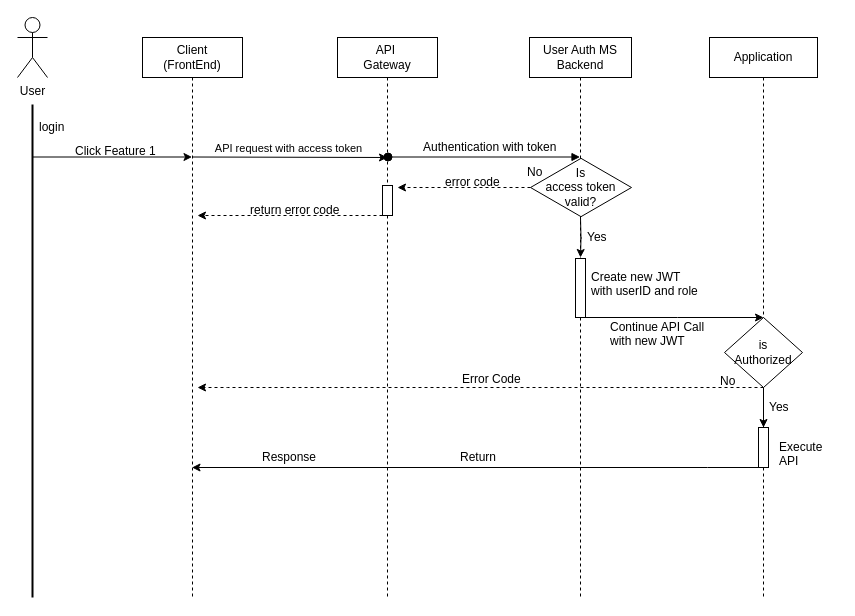
Earlier version of the draw.io diagram page "Auth" (1 of 2) of docs/Projects/gempick/user-auth/images/token.drawio (sungkimm/sungkimm.github.io). Source tidied: cells renumbered, new cells numbered last; positions are measured from the earlier drawing's top-left corner, leaving out a move shared by most shapes. Both pictures are drawn from the tidied source at 100%, with x=0, y=0 at pixel (17, 17).
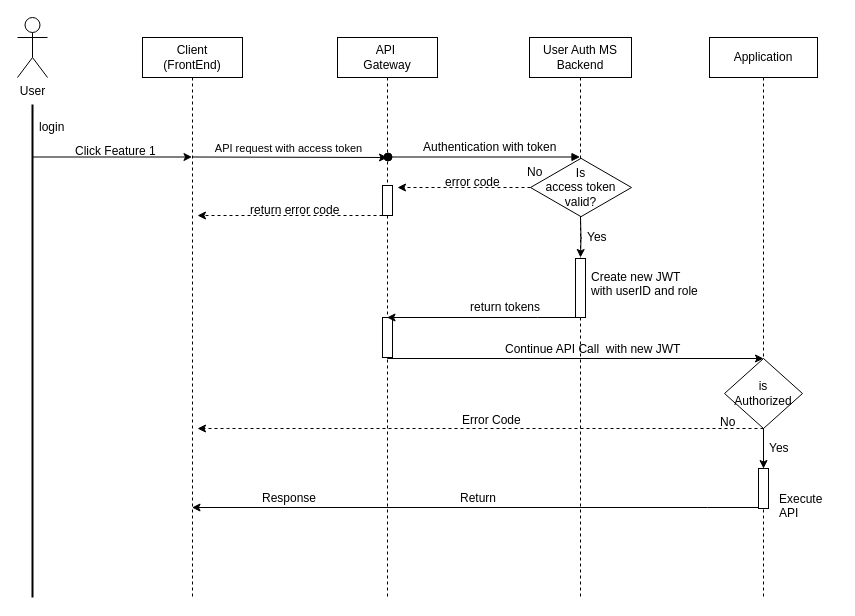
The same diagram, later.

The change refers to these unchanged cells:
```xml
<mxCell id="3" value="Client&lt;br&gt;(FrontEnd)" style="shape=umlLifeline;perimeter=lifelinePerimeter;whiteSpace=wrap;html=1;outlineConnect=0;" parent="1" vertex="1">
  <mxGeometry x="125" y="20" width="100" height="560" as="geometry" />
</mxCell>
<mxCell id="5" style="html=1;points=[];perimeter=orthogonalPerimeter;" parent="4" vertex="1">
  <mxGeometry x="46" y="221" width="10" height="59" as="geometry" />
</mxCell>
<mxCell id="6" value="Application" style="shape=umlLifeline;perimeter=lifelinePerimeter;whiteSpace=wrap;html=1;" parent="1" vertex="1">
  <mxGeometry x="692" y="20" width="108" height="560" as="geometry" />
</mxCell>
<mxCell id="18" value="API&amp;nbsp;&lt;br&gt;Gateway" style="shape=umlLifeline;perimeter=lifelinePerimeter;whiteSpace=wrap;html=1;outlineConnect=0;" parent="1" vertex="1">
  <mxGeometry x="320" y="20" width="100" height="560" as="geometry" />
</mxCell>
```

Change to the diagram source:
```diff
@@
     <mxCell id="7" style="html=1;points=[];perimeter=orthogonalPerimeter;" parent="6" vertex="1">
-      <mxGeometry x="49" y="390" width="10" height="40" as="geometry" />
+      <mxGeometry x="49" y="431" width="10" height="40" as="geometry" />
     </mxCell>
@@
     <mxCell id="9" value="is&lt;br&gt;Authorized" style="rhombus;whiteSpace=wrap;html=1;" parent="6" vertex="1">
-      <mxGeometry x="15" y="280" width="78" height="70" as="geometry" />
+      <mxGeometry x="15" y="321" width="78" height="70" as="geometry" />
     </mxCell>
@@
-    <mxCell id="14" value="Continue API Call&amp;nbsp;&lt;br&gt;with new JWT" style="text;html=1;align=left;verticalAlign=top;spacingTop=-4;" parent="1" vertex="1">
-      <mxGeometry x="591" y="300" width="110" height="30" as="geometry" />
-    </mxCell>
@@
     <mxCell id="16" value="Response" style="text;html=1;align=left;verticalAlign=top;spacingTop=-4;" parent="1" vertex="1">
-      <mxGeometry x="243" y="430" width="70" height="10" as="geometry" />
+      <mxGeometry x="243" y="471" width="70" height="10" as="geometry" />
     </mxCell>
@@
+    <mxCell id="38" style="html=1;points=[];perimeter=orthogonalPerimeter;" parent="18" vertex="1">
+      <mxGeometry x="45" y="280" width="10" height="40" as="geometry" />
+    </mxCell>
@@
-    <mxCell id="30" style="edgeStyle=orthogonalEdgeStyle;rounded=0;jettySize=auto;html=1;entryX=0.5;entryY=0;entryDx=0;entryDy=0;" parent="1" edge="1" source="5" target="9">
-      <mxGeometry relative="1" as="geometry">
-        <Array as="points">
-          <mxPoint x="660" y="300" />
-          <mxPoint x="660" y="300" />
-        </Array>
-      </mxGeometry>
-    </mxCell>
     <mxCell id="31" value="Yes" style="text;html=1;align=left;verticalAlign=top;spacingTop=-4;" parent="1" vertex="1">
-      <mxGeometry x="750" y="380" width="40" height="10" as="geometry" />
+      <mxGeometry x="750" y="421" width="40" height="10" as="geometry" />
     </mxCell>
     <mxCell id="32" value="Execute&lt;br&gt;API" style="text;html=1;align=left;verticalAlign=top;spacingTop=-4;" parent="1" vertex="1">
-      <mxGeometry x="760" y="420" width="60" height="30" as="geometry" />
+      <mxGeometry x="760" y="472" width="60" height="30" as="geometry" />
     </mxCell>
-    <mxCell id="33" style="edgeStyle=orthogonalEdgeStyle;rounded=0;jettySize=auto;html=1;" parent="1" edge="1" source="7" target="3">
+    <mxCell id="33" style="edgeStyle=orthogonalEdgeStyle;rounded=0;jettySize=auto;html=1;" parent="1" edge="1" source="7">
       <mxGeometry relative="1" as="geometry">
+        <mxPoint x="174.5" y="490" as="targetPoint" />
         <Array as="points">
-          <mxPoint x="690" y="450" />
-          <mxPoint x="690" y="450" />
+          <mxPoint x="690" y="490" />
+          <mxPoint x="690" y="490" />
         </Array>
       </mxGeometry>
     </mxCell>
     <mxCell id="34" value="Return" style="text;html=1;align=left;verticalAlign=top;spacingTop=-4;" parent="1" vertex="1">
-      <mxGeometry x="441" y="430" width="50" height="10" as="geometry" />
+      <mxGeometry x="441" y="471" width="50" height="10" as="geometry" />
     </mxCell>
     <mxCell id="35" style="edgeStyle=orthogonalEdgeStyle;rounded=0;jettySize=auto;html=1;dashed=1;" parent="1" edge="1" source="9">
       <mxGeometry relative="1" as="geometry">
-        <mxPoint x="180" y="370" as="targetPoint" />
+        <mxPoint x="180" y="411" as="targetPoint" />
         <Array as="points">
-          <mxPoint x="210" y="370" />
+          <mxPoint x="210" y="411" />
         </Array>
       </mxGeometry>
     </mxCell>
     <mxCell id="36" value="No" style="text;html=1;align=left;verticalAlign=top;spacingTop=-4;" parent="1" vertex="1">
-      <mxGeometry x="701" y="354" width="30" height="10" as="geometry" />
+      <mxGeometry x="701" y="395" width="30" height="10" as="geometry" />
     </mxCell>
     <mxCell id="37" value="Error Code" style="text;html=1;align=left;verticalAlign=top;spacingTop=-4;" parent="1" vertex="1">
-      <mxGeometry x="443" y="352" width="70" height="10" as="geometry" />
+      <mxGeometry x="443" y="393" width="70" height="10" as="geometry" />
     </mxCell>
+    <mxCell id="39" style="edgeStyle=orthogonalEdgeStyle;rounded=0;jettySize=auto;html=1;" parent="1" edge="1" source="5" target="18">
+      <mxGeometry relative="1" as="geometry">
+        <Array as="points">
+          <mxPoint x="520" y="300" />
+          <mxPoint x="520" y="300" />
+        </Array>
+      </mxGeometry>
+    </mxCell>
+    <mxCell id="40" value="return tokens" style="text;html=1;align=left;verticalAlign=top;spacingTop=-4;" parent="1" vertex="1">
+      <mxGeometry x="451" y="280" width="90" height="20" as="geometry" />
+    </mxCell>
+    <mxCell id="14" value="Continue API Call&amp;nbsp; with new JWT" style="text;html=1;align=left;verticalAlign=top;spacingTop=-4;" parent="1" vertex="1">
+      <mxGeometry x="486" y="321.5" width="190" height="20" as="geometry" />
+    </mxCell>
+    <mxCell id="41" style="edgeStyle=orthogonalEdgeStyle;rounded=0;jettySize=auto;html=1;entryX=0.5;entryY=0;entryDx=0;entryDy=0;" parent="1" edge="1" source="38" target="9">
+      <mxGeometry relative="1" as="geometry">
+        <Array as="points">
+          <mxPoint x="370" y="341" />
+        </Array>
+      </mxGeometry>
+    </mxCell>
```
